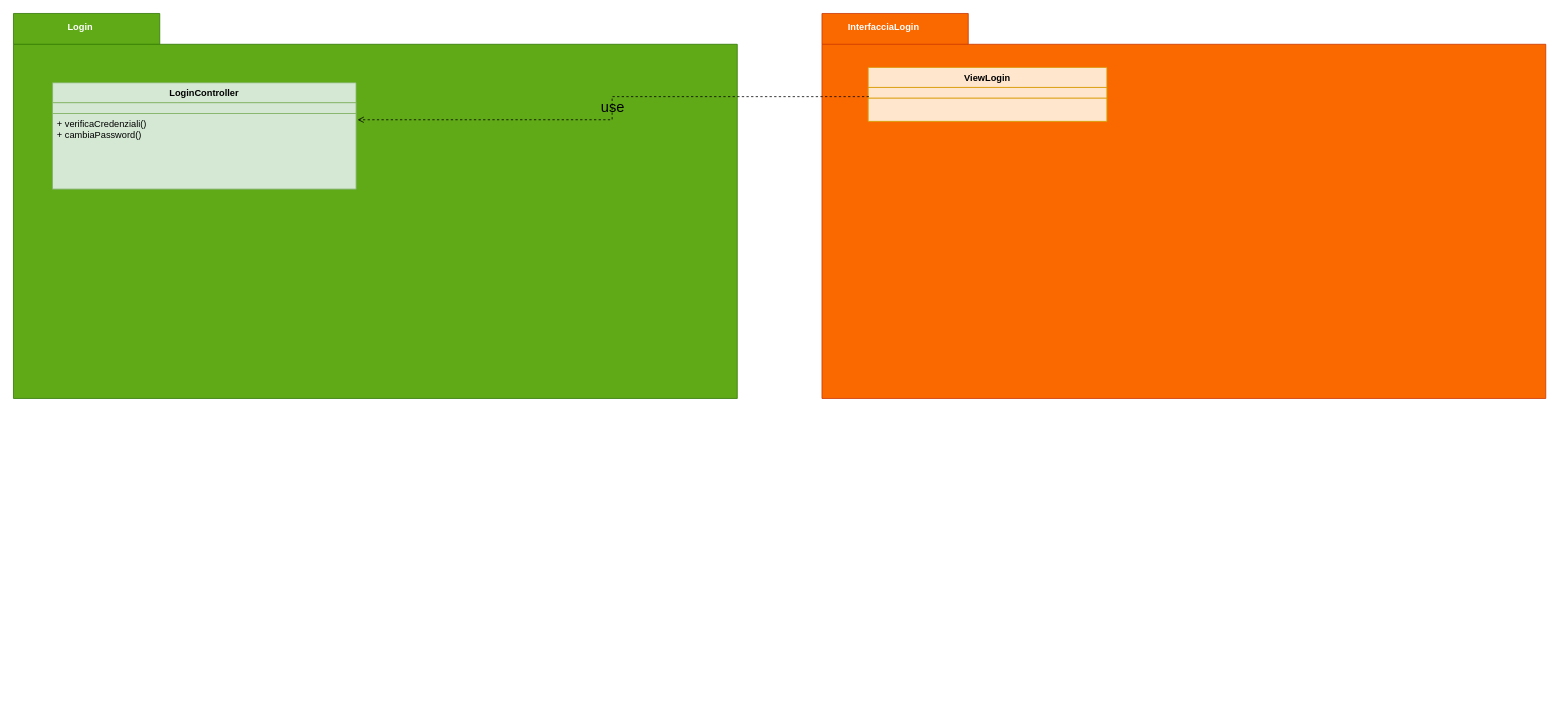
Above: LoginController.drawio in DeborohNoah/IngSoft (draw.io), before the change. Source tidied: cells renumbered, new cells numbered last; positions are measured from the earlier drawing's top-left corner, leaving out a move shared by most shapes. Both pictures are drawn from the tidied source at 77%, with x=0, y=0 at pixel (13, 13).
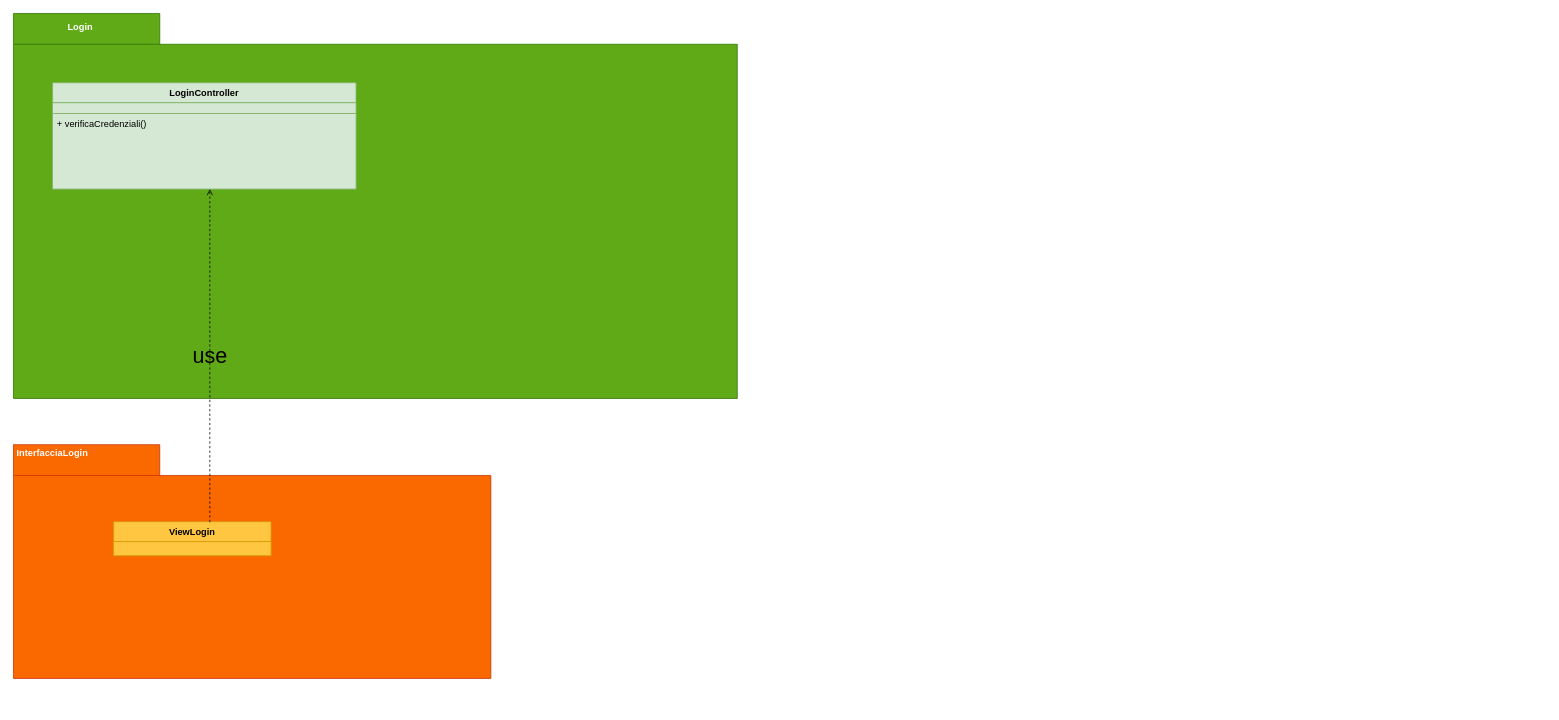
The same diagram, later.

Change to the diagram source:
```diff
@@
 <mxGraphModel>
   <root>
     <mxCell id="0" />
     <mxCell id="1" parent="0" />
     <mxCell id="2" style="group;" parent="1" vertex="1">
       <mxGeometry width="940" height="500" as="geometry" />
     </mxCell>
     <mxCell id="3" style="shape=folder;fontStyle=1;spacingTop=10;tabWidth=190;tabHeight=40;tabPosition=left;html=1;fillColor=#60a917;strokeColor=#2D7600;fontColor=#ffffff;" parent="2" vertex="1">
       <mxGeometry width="940" height="500" as="geometry" />
     </mxCell>
     <mxCell id="4" value="Login" style="text;align=center;fontStyle=1;verticalAlign=middle;spacingLeft=3;spacingRight=3;fontColor=#FFFFFF;" parent="2" vertex="1">
       <mxGeometry x="17.2" y="0.8" width="139.5" height="33.3" as="geometry" />
     </mxCell>
     <mxCell id="5" value="LoginController" style="swimlane;fontStyle=1;align=center;verticalAlign=top;horizontal=1;startSize=26;fillColor=#d5e8d4;strokeColor=#82b366;" parent="2" vertex="1">
       <mxGeometry x="50.8" y="90" width="394.1" height="138" as="geometry" />
     </mxCell>
     <mxCell id="6" style="text;align=left;verticalAlign=top;spacingLeft=4;spacingRight=4;overflow=hidden;fillColor=#d5e8d4;strokeColor=#82b366;" parent="5" vertex="1">
       <mxGeometry y="26" width="394.1" height="14" as="geometry" />
     </mxCell>
-    <mxCell id="7" value="+ verificaCredenziali()&#10;+ cambiaPassword()" style="text;strokeColor=#82b366;fillColor=#d5e8d4;align=left;verticalAlign=top;spacingLeft=4;spacingRight=4;overflow=hidden;points=[[0,0.5],[1,0.5]];portConstraint=eastwest;" parent="5" vertex="1">
+    <mxCell id="7" value="+ verificaCredenziali()" style="text;strokeColor=#82b366;fillColor=#d5e8d4;align=left;verticalAlign=top;spacingLeft=4;spacingRight=4;overflow=hidden;points=[[0,0.5],[1,0.5]];portConstraint=eastwest;" parent="5" vertex="1">
       <mxGeometry y="40" width="394.1" height="98" as="geometry" />
     </mxCell>
     <mxCell id="8" style="group;fillColor=none;" parent="1" vertex="1">
-      <mxGeometry x="1050" width="940" height="560" as="geometry" />
+      <mxGeometry y="560" width="620" height="340" as="geometry" />
     </mxCell>
     <mxCell id="9" style="shape=folder;fontStyle=1;spacingTop=10;tabWidth=190;tabHeight=40;tabPosition=left;html=1;fillColor=#fa6800;strokeColor=#C73500;fontColor=#000000;" parent="8" vertex="1">
-      <mxGeometry width="940" height="500" as="geometry" />
+      <mxGeometry width="620" height="303.6" as="geometry" />
     </mxCell>
     <mxCell id="10" value="InterfacciaLogin    " style="text;align=center;fontStyle=1;verticalAlign=middle;spacingLeft=3;spacingRight=3;fontColor=#FFFFFF;" parent="8" vertex="1">
-      <mxGeometry x="17.2" y="0.8" width="139.5" height="33.3" as="geometry" />
+      <mxGeometry x="11.4" y="0.5" width="92" height="20.2" as="geometry" />
     </mxCell>
-    <mxCell id="11" value="ViewLogin" style="swimlane;fontStyle=1;align=center;verticalAlign=top;horizontal=1;startSize=26;fillColor=#ffe6cc;strokeColor=#d79b00;" parent="8" vertex="1">
-      <mxGeometry x="60" y="70" width="310" height="70" as="geometry" />
+    <mxCell id="11" value="ViewLogin" style="swimlane;fontStyle=1;align=center;verticalAlign=top;horizontal=1;startSize=26;fillColor=#FFC642;strokeColor=#d79b00;" parent="8" vertex="1">
+      <mxGeometry x="130" y="100" width="204.5" height="44.2" as="geometry" />
     </mxCell>
-    <mxCell id="12" style="text;align=left;verticalAlign=top;spacingLeft=4;spacingRight=4;overflow=hidden;fillColor=#ffe6cc;strokeColor=#d79b00;" parent="11" vertex="1">
-      <mxGeometry y="26" width="310" height="14" as="geometry" />
-    </mxCell>
-    <mxCell id="13" style="text;strokeColor=#d79b00;fillColor=#ffe6cc;align=left;verticalAlign=top;spacingLeft=4;spacingRight=4;overflow=hidden;points=[[0,0.5],[1,0.5]];portConstraint=eastwest;" parent="11" vertex="1">
-      <mxGeometry y="40" width="310" height="30" as="geometry" />
+    <mxCell id="13" style="text;strokeColor=#d79b00;fillColor=#FFC642;align=left;verticalAlign=top;spacingLeft=4;spacingRight=4;overflow=hidden;points=[[0,0.5],[1,0.5]];portConstraint=eastwest;" parent="11" vertex="1">
+      <mxGeometry y="26" width="204.5" height="18.2" as="geometry" />
     </mxCell>
-    <mxCell id="14" value="use" style="edgeStyle=orthogonalEdgeStyle;rounded=0;jettySize=auto;html=1;labelBackgroundColor=none;fontSize=19;endArrow=open;endFill=0;dashed=1;exitX=0.003;exitY=-0.067;exitDx=0;exitDy=0;exitPerimeter=0;entryX=1.005;entryY=0.082;entryDx=0;entryDy=0;entryPerimeter=0;" parent="1" edge="1" source="13" target="7">
-      <mxGeometry relative="1" as="geometry" />
+    <mxCell id="14" value="use" style="edgeStyle=orthogonalEdgeStyle;rounded=0;jettySize=auto;html=1;labelBackgroundColor=none;fontSize=28;endArrow=open;endFill=0;dashed=1;exitX=0.609;exitY=0.015;exitDx=0;exitDy=0;exitPerimeter=0;" parent="1" edge="1" source="11">
+      <mxGeometry relative="1" as="geometry">
+        <mxPoint x="255" y="228" as="targetPoint" />
+        <Array as="points">
+          <mxPoint x="255" y="228" />
+        </Array>
+      </mxGeometry>
     </mxCell>
   </root>
 </mxGraphModel>
```
